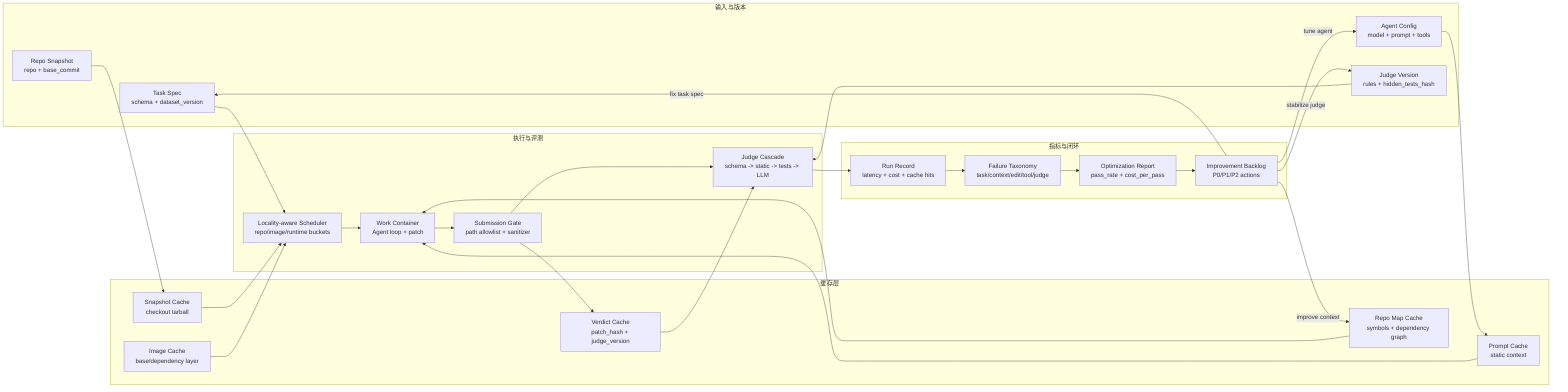
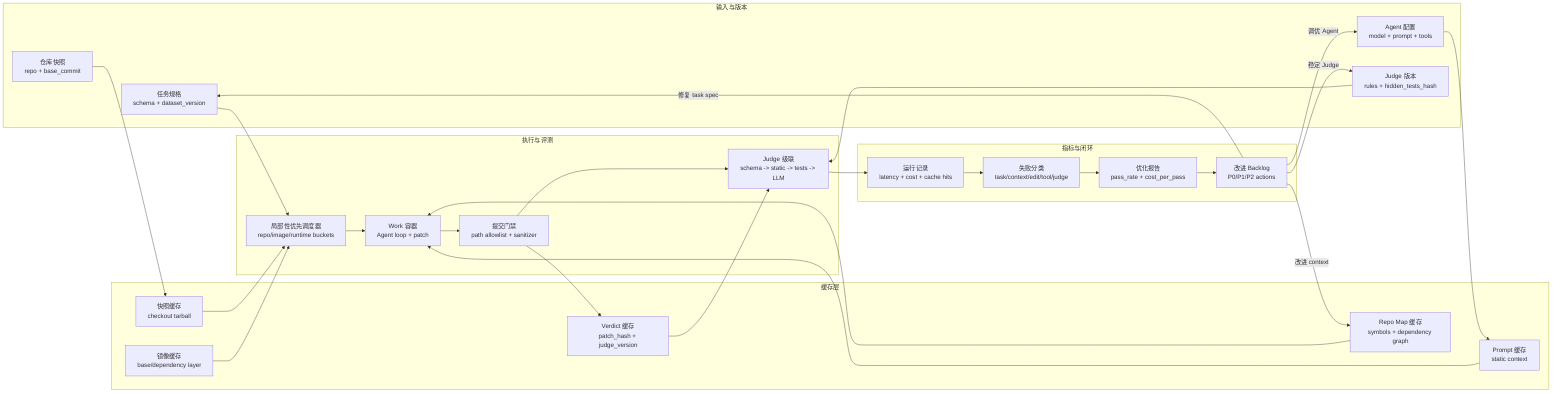
flowchart LR
    subgraph Inputs["输入与版本"]
-         T["Task Spec\nschema + dataset_version"]
-         R["Repo Snapshot\nrepo + base_commit"]
-         C["Agent Config\nmodel + prompt + tools"]
-         Jv["Judge Version\nrules + hidden_tests_hash"]
+         T["任务规格\nschema + dataset_version"]
+         R["仓库快照\nrepo + base_commit"]
+         C["Agent 配置\nmodel + prompt + tools"]
+         Jv["Judge 版本\nrules + hidden_tests_hash"]
    end

    subgraph Caches["缓存层"]
-         I["Image Cache\nbase/dependency layer"]
-         S["Snapshot Cache\ncheckout tarball"]
-         M["Repo Map Cache\nsymbols + dependency graph"]
-         P["Prompt Cache\nstatic context"]
-         V["Verdict Cache\npatch_hash + judge_version"]
+         I["镜像缓存\nbase/dependency layer"]
+         S["快照缓存\ncheckout tarball"]
+         M["Repo Map 缓存\nsymbols + dependency graph"]
+         P["Prompt 缓存\nstatic context"]
+         V["Verdict 缓存\npatch_hash + judge_version"]
    end

    subgraph Runtime["执行与评测"]
-         Sch["Locality-aware Scheduler\nrepo/image/runtime buckets"]
-         W["Work Container\nAgent loop + patch"]
-         G["Submission Gate\npath allowlist + sanitizer"]
-         Judge["Judge Cascade\nschema -> static -> tests -> LLM"]
+         Sch["局部性优先调度器\nrepo/image/runtime buckets"]
+         W["Work 容器\nAgent loop + patch"]
+         G["提交门禁\npath allowlist + sanitizer"]
+         Judge["Judge 级联\nschema -> static -> tests -> LLM"]
    end

    subgraph Metrics["指标与闭环"]
-         Run["Run Record\nlatency + cost + cache hits"]
-         Fail["Failure Taxonomy\ntask/context/edit/tool/judge"]
-         Report["Optimization Report\npass_rate + cost_per_pass"]
-         Backlog["Improvement Backlog\nP0/P1/P2 actions"]
+         Run["运行记录\nlatency + cost + cache hits"]
+         Fail["失败分类\ntask/context/edit/tool/judge"]
+         Report["优化报告\npass_rate + cost_per_pass"]
+         Backlog["改进 Backlog\nP0/P1/P2 actions"]
    end

    T --> Sch
    R --> S --> Sch
    C --> P --> W
    Jv --> Judge
    I --> Sch
    M --> W
    Sch --> W --> G --> Judge
    G --> V
    V --> Judge
    Judge --> Run --> Fail --> Report --> Backlog
-     Backlog -->|"fix task spec"| T
-     Backlog -->|"improve context"| M
-     Backlog -->|"tune agent"| C
-     Backlog -->|"stabilize judge"| Jv
+     Backlog -->|"修复 task spec"| T
+     Backlog -->|"改进 context"| M
+     Backlog -->|"调优 Agent"| C
+     Backlog -->|"稳定 Judge"| Jv
